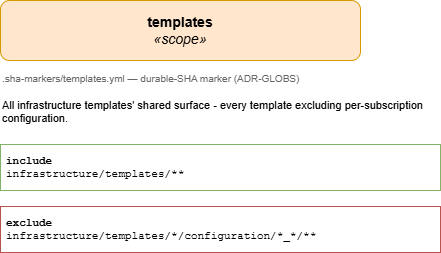
Earlier version of the draw.io export docs/.assets/scopes/templates.drawio.png (casperease/catzc). Source tidied: cells renumbered, new cells last; positions are measured from the earlier drawing's top-left corner, leaving out a move shared by most shapes.
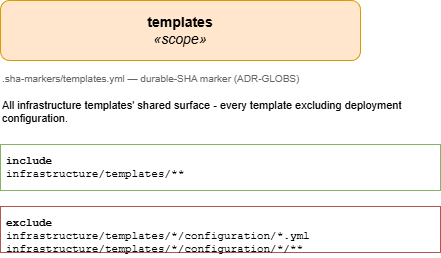
Later version of the same file.

Diff of the diagram source:
```diff
@@ -8,13 +8,13 @@
     <mxCell id="3" value=".sha-markers/templates.yml &amp;#8212; durable-SHA marker (ADR-GLOBS)" style="text;html=1;align=left;verticalAlign=top;fontSize=10;fontColor=#666666;" parent="1" vertex="1">
       <mxGeometry y="66" width="360" height="20" as="geometry" />
     </mxCell>
-    <mxCell id="4" value="All infrastructure templates' shared surface - every template excluding per-subscription configuration." style="text;html=1;whiteSpace=wrap;align=left;verticalAlign=top;fontSize=11;" parent="1" vertex="1">
+    <mxCell id="4" value="All infrastructure templates' shared surface - every template excluding deployment configuration." style="text;html=1;whiteSpace=wrap;align=left;verticalAlign=top;fontSize=11;" parent="1" vertex="1">
       <mxGeometry y="92" width="440" height="40" as="geometry" />
     </mxCell>
     <mxCell id="5" value="&lt;b&gt;include&lt;/b&gt;&lt;br&gt;infrastructure/templates/**" style="rounded=0;whiteSpace=wrap;html=1;align=left;verticalAlign=top;fontFamily=Courier New;fontSize=11;spacing=6; fillColor=#f8fff8;strokeColor=#82b366;" parent="1" vertex="1">
       <mxGeometry y="144" width="440" height="46" as="geometry" />
     </mxCell>
-    <mxCell id="6" value="&lt;b&gt;exclude&lt;/b&gt;&lt;br&gt;infrastructure/templates/*/configuration/*_*/**" style="rounded=0;whiteSpace=wrap;html=1;align=left;verticalAlign=top;fontFamily=Courier New;fontSize=11;spacing=6; fillColor=#fff8f8;strokeColor=#b85450;" parent="1" vertex="1">
+    <mxCell id="6" value="&lt;b&gt;exclude&lt;/b&gt;&lt;br&gt;infrastructure/templates/*/configuration/*.yml&lt;br&gt;infrastructure/templates/*/configuration/*/**" style="rounded=0;whiteSpace=wrap;html=1;align=left;verticalAlign=top;fontFamily=Courier New;fontSize=11;spacing=6; fillColor=#fff8f8;strokeColor=#b85450;" parent="1" vertex="1">
       <mxGeometry y="206" width="440" height="46" as="geometry" />
     </mxCell>
   </root>
```
